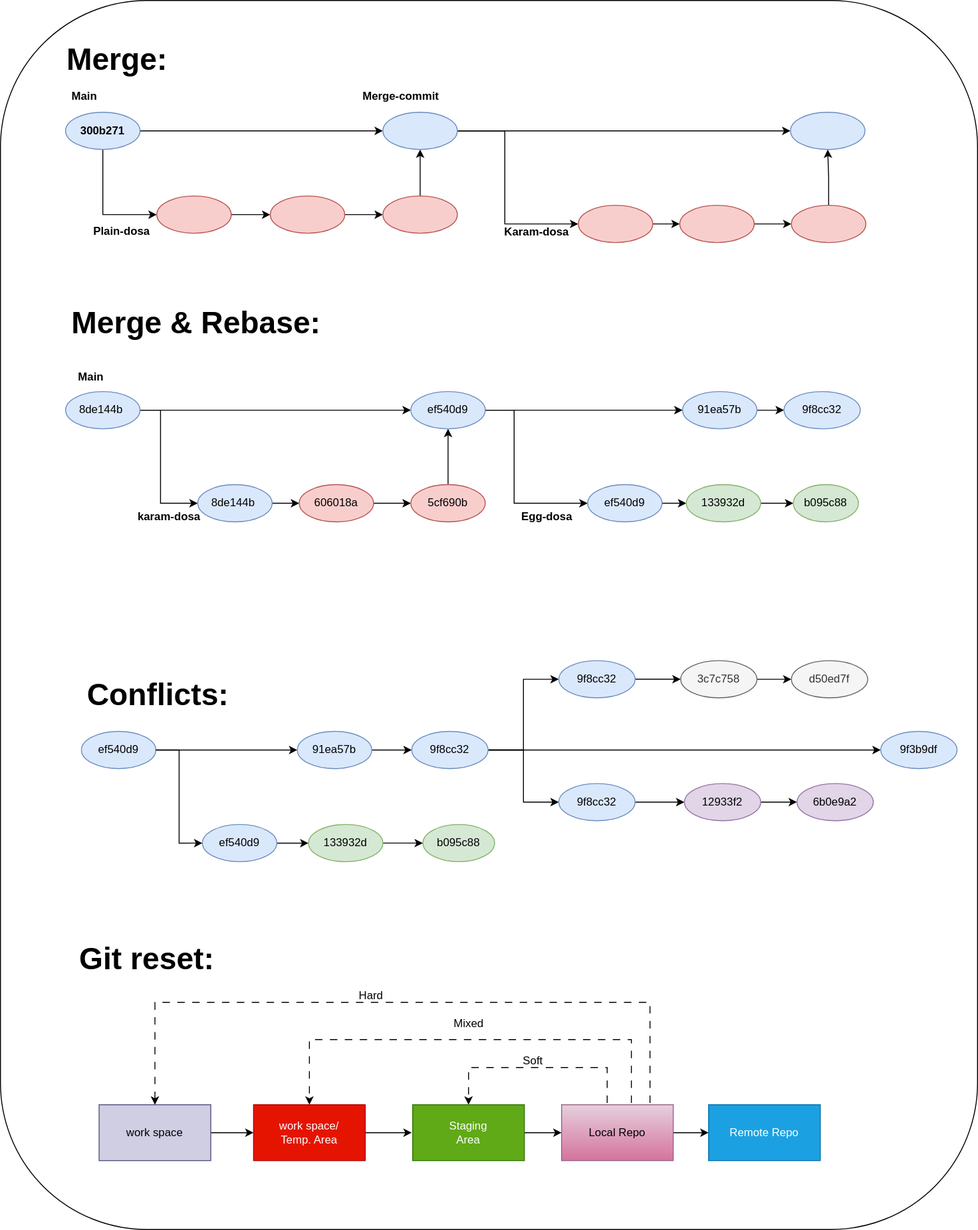
Before: Untitled Diagram.svg, a diagram exported from draw.io (MEDASANI-CHARAN/01-git-dosa). Source tidied: cells renumbered, new cells last; positions are measured from the earlier drawing's top-left corner, leaving out a move shared by most shapes.
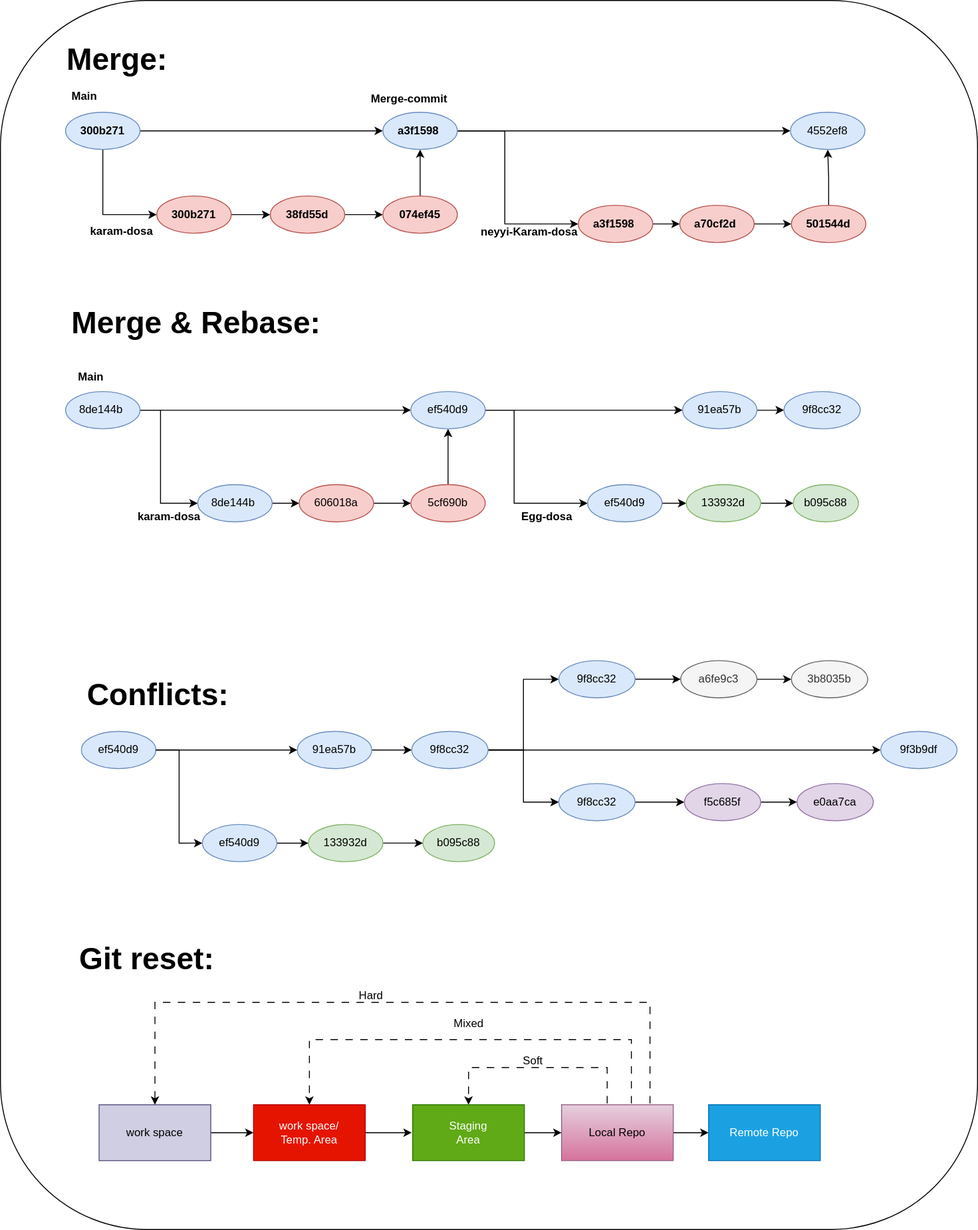
The same file after the commit.

Commit message:
panner curry

Change to the diagram source:
```diff
@@ -71,19 +71,19 @@
     <mxCell id="24" style="edgeStyle=orthogonalEdgeStyle;rounded=0;jettySize=auto;html=1;" parent="1" edge="1" source="25" target="26">
       <mxGeometry relative="1" as="geometry" />
     </mxCell>
-    <mxCell id="25" value="3c7c758" style="ellipse;whiteSpace=wrap;html=1;fillColor=#f5f5f5;strokeColor=#666666;fontColor=#333333;" parent="1" vertex="1">
+    <mxCell id="25" value="a6fe9c3" style="ellipse;whiteSpace=wrap;html=1;fillColor=#f5f5f5;strokeColor=#666666;fontColor=#333333;" parent="1" vertex="1">
       <mxGeometry x="731" y="709" width="82" height="40" as="geometry" />
     </mxCell>
-    <mxCell id="26" value="d50ed7f" style="ellipse;whiteSpace=wrap;html=1;fillColor=#f5f5f5;strokeColor=#666666;fontColor=#333333;" parent="1" vertex="1">
+    <mxCell id="26" value="3b8035b" style="ellipse;whiteSpace=wrap;html=1;fillColor=#f5f5f5;strokeColor=#666666;fontColor=#333333;" parent="1" vertex="1">
       <mxGeometry x="850" y="709" width="82" height="40" as="geometry" />
     </mxCell>
     <mxCell id="27" style="edgeStyle=orthogonalEdgeStyle;rounded=0;jettySize=auto;html=1;" parent="1" edge="1" source="28" target="29">
       <mxGeometry relative="1" as="geometry" />
     </mxCell>
-    <mxCell id="28" value="12933f2" style="ellipse;whiteSpace=wrap;html=1;fillColor=#e1d5e7;strokeColor=#9673a6;" parent="1" vertex="1">
+    <mxCell id="28" value="f5c685f" style="ellipse;whiteSpace=wrap;html=1;fillColor=#e1d5e7;strokeColor=#9673a6;" parent="1" vertex="1">
       <mxGeometry x="735" y="841" width="82" height="40" as="geometry" />
     </mxCell>
-    <mxCell id="29" value="6b0e9a2" style="ellipse;whiteSpace=wrap;html=1;fillColor=#e1d5e7;strokeColor=#9673a6;" parent="1" vertex="1">
+    <mxCell id="29" value="e0aa7ca" style="ellipse;whiteSpace=wrap;html=1;fillColor=#e1d5e7;strokeColor=#9673a6;" parent="1" vertex="1">
       <mxGeometry x="856" y="841" width="82" height="40" as="geometry" />
     </mxCell>
     <mxCell id="30" value="9f3b9df" style="ellipse;whiteSpace=wrap;html=1;fillColor=#dae8fc;strokeColor=#6c8ebf;" parent="1" vertex="1">
@@ -173,22 +173,22 @@
     <mxCell id="51" style="edgeStyle=orthogonalEdgeStyle;rounded=0;jettySize=auto;html=1;" parent="47" edge="1" source="52" target="54">
       <mxGeometry relative="1" as="geometry" />
     </mxCell>
-    <mxCell id="52" style="ellipse;whiteSpace=wrap;html=1;fillColor=#f8cecc;strokeColor=#b85450;" parent="47" vertex="1">
+    <mxCell id="52" value="&lt;b&gt;300b271&lt;/b&gt;" style="ellipse;whiteSpace=wrap;html=1;fillColor=#f8cecc;strokeColor=#b85450;" parent="47" vertex="1">
       <mxGeometry x="103" y="122" width="80" height="40" as="geometry" />
     </mxCell>
     <mxCell id="53" style="edgeStyle=orthogonalEdgeStyle;rounded=0;jettySize=auto;html=1;" parent="47" edge="1" source="54" target="57">
       <mxGeometry relative="1" as="geometry" />
     </mxCell>
-    <mxCell id="54" style="ellipse;whiteSpace=wrap;html=1;fillColor=#f8cecc;strokeColor=#b85450;" parent="47" vertex="1">
+    <mxCell id="54" value="&lt;b&gt;38fd55d&lt;/b&gt;" style="ellipse;whiteSpace=wrap;html=1;fillColor=#f8cecc;strokeColor=#b85450;" parent="47" vertex="1">
       <mxGeometry x="225" y="122" width="80" height="40" as="geometry" />
     </mxCell>
-    <mxCell id="55" value="&lt;b&gt;Plain-dosa&lt;/b&gt;" style="text;html=1;align=center;verticalAlign=middle;strokeColor=none;fillColor=none;" parent="47" vertex="1">
-      <mxGeometry x="25" y="145" width="80" height="30" as="geometry" />
+    <mxCell id="55" value="&lt;b&gt;karam-dosa&lt;/b&gt;" style="text;html=1;align=center;verticalAlign=middle;strokeColor=none;fillColor=none;" parent="47" vertex="1">
+      <mxGeometry x="20" y="145" width="90" height="30" as="geometry" />
     </mxCell>
     <mxCell id="56" style="edgeStyle=orthogonalEdgeStyle;rounded=0;jettySize=auto;html=1;" parent="47" edge="1" source="57" target="60">
       <mxGeometry relative="1" as="geometry" />
     </mxCell>
-    <mxCell id="57" style="ellipse;whiteSpace=wrap;html=1;fillColor=#f8cecc;strokeColor=#b85450;" parent="47" vertex="1">
+    <mxCell id="57" value="&lt;b&gt;074ef45&lt;/b&gt;" style="ellipse;whiteSpace=wrap;html=1;fillColor=#f8cecc;strokeColor=#b85450;" parent="47" vertex="1">
       <mxGeometry x="346" y="122" width="80" height="40" as="geometry" />
     </mxCell>
     <mxCell id="58" style="edgeStyle=orthogonalEdgeStyle;rounded=0;jettySize=auto;html=1;entryX=0;entryY=0.5;entryDx=0;entryDy=0;" parent="47" edge="1" source="60" target="66">
@@ -202,11 +202,11 @@
     <mxCell id="59" style="edgeStyle=orthogonalEdgeStyle;rounded=0;jettySize=auto;html=1;" parent="47" edge="1" source="60" target="69">
       <mxGeometry relative="1" as="geometry" />
     </mxCell>
-    <mxCell id="60" style="ellipse;whiteSpace=wrap;html=1;fillColor=#dae8fc;strokeColor=#6c8ebf;" parent="47" vertex="1">
+    <mxCell id="60" value="&lt;b&gt;a3f1598&amp;nbsp;&lt;/b&gt;" style="ellipse;whiteSpace=wrap;html=1;fillColor=#dae8fc;strokeColor=#6c8ebf;" parent="47" vertex="1">
       <mxGeometry x="346" y="32" width="80" height="40" as="geometry" />
     </mxCell>
     <mxCell id="61" value="&lt;b&gt;Merge-commit&lt;/b&gt;" style="text;html=1;align=center;verticalAlign=middle;strokeColor=none;fillColor=none;" parent="47" vertex="1">
-      <mxGeometry x="310" width="110" height="30" as="geometry" />
+      <mxGeometry x="319" y="3" width="110" height="30" as="geometry" />
     </mxCell>
     <mxCell id="62" value="&lt;b&gt;Main&lt;/b&gt;" style="text;html=1;align=center;verticalAlign=middle;strokeColor=none;fillColor=none;" parent="47" vertex="1">
       <mxGeometry width="50" height="30" as="geometry" />
@@ -214,26 +214,26 @@
     <mxCell id="63" style="edgeStyle=orthogonalEdgeStyle;rounded=0;jettySize=auto;html=1;" parent="47" edge="1" source="64" target="68">
       <mxGeometry relative="1" as="geometry" />
     </mxCell>
-    <mxCell id="64" style="ellipse;whiteSpace=wrap;html=1;fillColor=#f8cecc;strokeColor=#b85450;" parent="47" vertex="1">
+    <mxCell id="64" value="&lt;b&gt;a70cf2d&amp;nbsp;&lt;/b&gt;" style="ellipse;whiteSpace=wrap;html=1;fillColor=#f8cecc;strokeColor=#b85450;" parent="47" vertex="1">
       <mxGeometry x="665" y="132" width="80" height="40" as="geometry" />
     </mxCell>
     <mxCell id="65" style="edgeStyle=orthogonalEdgeStyle;rounded=0;jettySize=auto;html=1;" parent="47" edge="1" source="66" target="64">
       <mxGeometry relative="1" as="geometry" />
     </mxCell>
-    <mxCell id="66" style="ellipse;whiteSpace=wrap;html=1;fillColor=#f8cecc;strokeColor=#b85450;" parent="47" vertex="1">
+    <mxCell id="66" value="&lt;b&gt;a3f1598&amp;nbsp;&lt;/b&gt;" style="ellipse;whiteSpace=wrap;html=1;fillColor=#f8cecc;strokeColor=#b85450;" parent="47" vertex="1">
       <mxGeometry x="556" y="132" width="80" height="40" as="geometry" />
     </mxCell>
     <mxCell id="67" style="edgeStyle=orthogonalEdgeStyle;rounded=0;jettySize=auto;html=1;" parent="47" edge="1" source="68" target="69">
       <mxGeometry relative="1" as="geometry" />
     </mxCell>
-    <mxCell id="68" style="ellipse;whiteSpace=wrap;html=1;fillColor=#f8cecc;strokeColor=#b85450;" parent="47" vertex="1">
+    <mxCell id="68" value="&lt;b&gt;501544d&lt;/b&gt;" style="ellipse;whiteSpace=wrap;html=1;fillColor=#f8cecc;strokeColor=#b85450;" parent="47" vertex="1">
       <mxGeometry x="785" y="132" width="80" height="40" as="geometry" />
     </mxCell>
-    <mxCell id="69" style="ellipse;whiteSpace=wrap;html=1;fillColor=#dae8fc;strokeColor=#6c8ebf;" parent="47" vertex="1">
+    <mxCell id="69" value="4552ef8" style="ellipse;whiteSpace=wrap;html=1;fillColor=#dae8fc;strokeColor=#6c8ebf;" parent="47" vertex="1">
       <mxGeometry x="784" y="32" width="80" height="40" as="geometry" />
     </mxCell>
-    <mxCell id="70" value="&lt;b&gt;Karam-dosa&lt;/b&gt;" style="text;html=1;align=center;verticalAlign=middle;strokeColor=none;fillColor=none;" parent="47" vertex="1">
-      <mxGeometry x="466" y="146" width="90" height="30" as="geometry" />
+    <mxCell id="70" value="&lt;b&gt;neyyi-Karam-dosa&lt;/b&gt;" style="text;html=1;align=center;verticalAlign=middle;strokeColor=none;fillColor=none;" parent="47" vertex="1">
+      <mxGeometry x="438" y="146" width="130" height="30" as="geometry" />
     </mxCell>
     <mxCell id="71" style="group;" parent="1" vertex="1">
       <mxGeometry x="70" y="390" width="854" height="180" as="geometry" />
```
